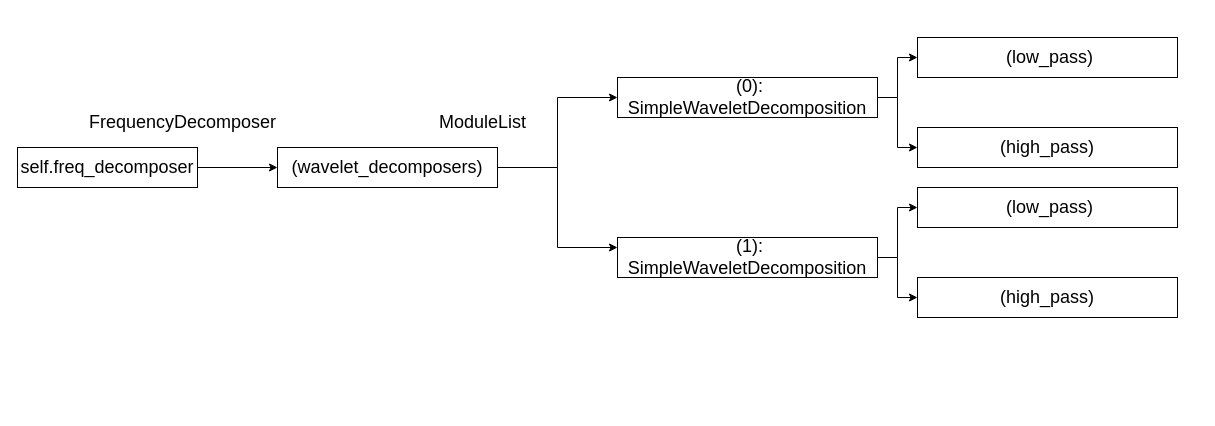
This is 日常绘图.drawio from dearRongerr/draw.io, a draw.io file, before an edit. Source tidied: cells renumbered, new cells numbered last; positions are measured from the earlier drawing's top-left corner, leaving out a move shared by most shapes. Both pictures are drawn from the tidied source at 100%, with x=0, y=0 at pixel (17, 37).
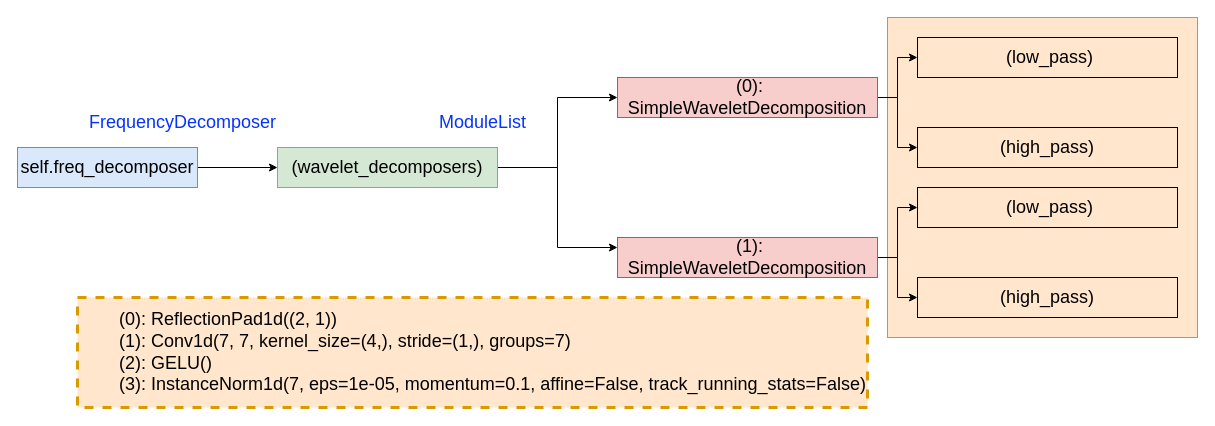
After the change.

Commit message:
更新日常绘图.drawio

The edit, as a diff of the source:
```diff
@@
+    <mxCell id="19" style="rounded=0;whiteSpace=wrap;html=1;strokeColor=#d79b00;align=center;verticalAlign=middle;fontFamily=Helvetica;fontSize=18;fillColor=#ffe6cc;" parent="1" vertex="1">
+      <mxGeometry x="870" y="-20" width="310" height="320" as="geometry" />
+    </mxCell>
@@
-    <mxCell id="3" value="self.freq_decomposer" style="text;html=1;align=center;verticalAlign=middle;whiteSpace=wrap;rounded=0;fontSize=18;strokeColor=default;" parent="1" vertex="1">
+    <mxCell id="3" value="self.freq_decomposer" style="text;html=1;align=center;verticalAlign=middle;whiteSpace=wrap;rounded=0;fontSize=18;strokeColor=#6c8ebf;fillColor=#dae8fc;" parent="1" vertex="1">
       <mxGeometry y="110" width="180" height="40" as="geometry" />
     </mxCell>
-    <mxCell id="4" value="&lt;span style=&quot;white-space: normal;&quot;&gt;FrequencyDecomposer&lt;/span&gt;" style="text;html=1;align=center;verticalAlign=middle;strokeColor=none;fillColor=none;fontFamily=Helvetica;fontSize=18;fontColor=default;" parent="1" vertex="1">
+    <mxCell id="4" value="&lt;span style=&quot;white-space: normal;&quot;&gt;FrequencyDecomposer&lt;/span&gt;" style="text;html=1;align=center;verticalAlign=middle;strokeColor=none;fillColor=none;fontFamily=Helvetica;fontSize=18;fontColor=light-dark(#0433ff, #ededed);" parent="1" vertex="1">
       <mxGeometry x="60" y="70" width="210" height="30" as="geometry" />
     </mxCell>
@@
-    <mxCell id="7" value="(wavelet_decomposers)" style="text;html=1;align=center;verticalAlign=middle;whiteSpace=wrap;rounded=0;fontSize=18;strokeColor=default;" parent="1" vertex="1">
+    <mxCell id="7" value="(wavelet_decomposers)" style="text;html=1;align=center;verticalAlign=middle;whiteSpace=wrap;rounded=0;fontSize=18;strokeColor=#82b366;fillColor=#d5e8d4;" parent="1" vertex="1">
       <mxGeometry x="260" y="110" width="220" height="40" as="geometry" />
     </mxCell>
-    <mxCell id="8" value="ModuleList" style="text;html=1;align=center;verticalAlign=middle;strokeColor=none;fillColor=none;fontFamily=Helvetica;fontSize=18;fontColor=default;" parent="1" vertex="1">
+    <mxCell id="8" value="ModuleList" style="text;html=1;align=center;verticalAlign=middle;strokeColor=none;fillColor=none;fontFamily=Helvetica;fontSize=18;fontColor=light-dark(#0433ff, #ededed);" parent="1" vertex="1">
       <mxGeometry x="410" y="70" width="110" height="30" as="geometry" />
     </mxCell>
@@
-    <mxCell id="11" value="&amp;nbsp;(0): SimpleWaveletDecomposition" style="text;html=1;align=center;verticalAlign=middle;whiteSpace=wrap;rounded=0;fontSize=18;strokeColor=default;" parent="1" vertex="1">
+    <mxCell id="11" value="&amp;nbsp;(0): SimpleWaveletDecomposition" style="text;html=1;align=center;verticalAlign=middle;whiteSpace=wrap;rounded=0;fontSize=18;strokeColor=#b85450;fillColor=#f8cecc;" parent="1" vertex="1">
       <mxGeometry x="600" y="40" width="260" height="40" as="geometry" />
     </mxCell>
@@
-    <mxCell id="14" value="&amp;nbsp;(1): SimpleWaveletDecomposition" style="text;html=1;align=center;verticalAlign=middle;whiteSpace=wrap;rounded=0;fontSize=18;strokeColor=default;" parent="1" vertex="1">
+    <mxCell id="14" value="&amp;nbsp;(1): SimpleWaveletDecomposition" style="text;html=1;align=center;verticalAlign=middle;whiteSpace=wrap;rounded=0;fontSize=18;strokeColor=#b85450;fillColor=#f8cecc;" parent="1" vertex="1">
       <mxGeometry x="600" y="200" width="260" height="40" as="geometry" />
     </mxCell>
@@
+    <mxCell id="20" value="&lt;div&gt;&amp;nbsp; &amp;nbsp; &amp;nbsp; &amp;nbsp; (0): ReflectionPad1d((2, 1))&lt;/div&gt;&lt;div&gt;&amp;nbsp; &amp;nbsp; &amp;nbsp; &amp;nbsp; (1): Conv1d(7, 7, kernel_size=(4,), stride=(1,), groups=7)&lt;/div&gt;&lt;div&gt;&amp;nbsp; &amp;nbsp; &amp;nbsp; &amp;nbsp; (2): GELU()&lt;/div&gt;&lt;div&gt;&amp;nbsp; &amp;nbsp; &amp;nbsp; &amp;nbsp; (3): InstanceNorm1d(7, eps=1e-05, momentum=0.1, affine=False, track_running_stats=False)&lt;/div&gt;" style="text;html=1;align=left;verticalAlign=middle;whiteSpace=wrap;rounded=0;fontFamily=Helvetica;fontSize=18;dashed=1;strokeColor=#d79b00;strokeWidth=3;fillColor=#ffe6cc;" parent="1" vertex="1">
+      <mxGeometry x="60" y="260" width="790" height="110" as="geometry" />
+    </mxCell>
```
